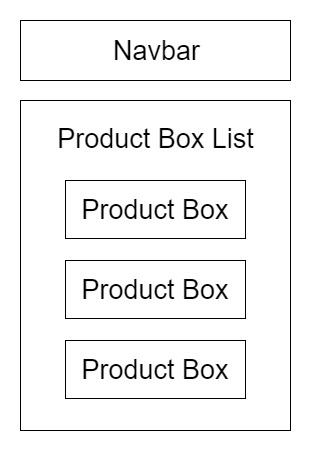
The draw.io diagram readme-res/Home Page Component Tree.png in sailor95/redux-ecommerce-spa, before a commit. Source tidied: cells renumbered, new cells last; positions are measured from the earlier drawing's top-left corner, leaving out a move shared by most shapes.
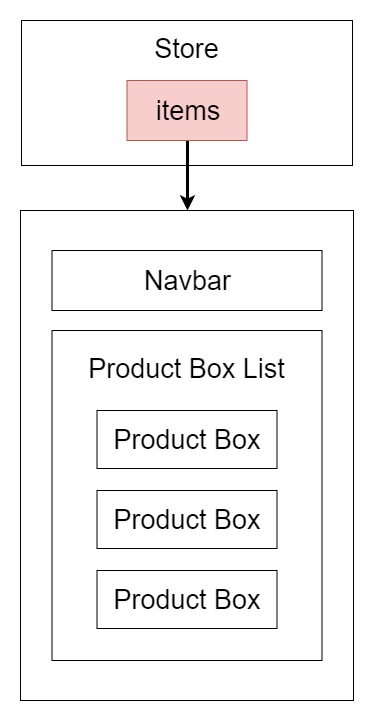
Later version of the same file.

The edit, as a diff of the source:
```diff
@@ -2,6 +2,9 @@
   <root>
     <mxCell id="0" />
     <mxCell id="1" parent="0" />
+    <mxCell id="12" style="rounded=0;whiteSpace=wrap;html=1;fontSize=27;" parent="1" vertex="1">
+      <mxGeometry x="-31.5" y="-40" width="333" height="490" as="geometry" />
+    </mxCell>
     <mxCell id="2" style="rounded=0;whiteSpace=wrap;html=1;" parent="1" vertex="1">
       <mxGeometry y="80" width="270" height="330" as="geometry" />
     </mxCell>
@@ -32,5 +35,17 @@
     <mxCell id="11" value="Product Box" style="text;html=1;strokeColor=none;fillColor=none;align=center;verticalAlign=middle;whiteSpace=wrap;rounded=0;fontSize=27;" parent="1" vertex="1">
       <mxGeometry x="53" y="331.5" width="164" height="35" as="geometry" />
     </mxCell>
+    <mxCell id="13" style="rounded=0;whiteSpace=wrap;html=1;fontSize=27;" parent="1" vertex="1">
+      <mxGeometry x="-30.5" y="-230" width="331" height="145" as="geometry" />
+    </mxCell>
+    <mxCell id="14" value="Store" style="text;html=1;strokeColor=none;fillColor=none;align=center;verticalAlign=middle;whiteSpace=wrap;rounded=0;fontSize=27;" parent="1" vertex="1">
+      <mxGeometry x="87.5" y="-220" width="95" height="35" as="geometry" />
+    </mxCell>
+    <mxCell id="15" style="edgeStyle=orthogonalEdgeStyle;rounded=0;jettySize=auto;html=1;exitX=0.5;exitY=1;exitDx=0;exitDy=0;entryX=0.5;entryY=0;entryDx=0;entryDy=0;fontSize=27;strokeWidth=3;" parent="1" edge="1" source="16" target="12">
+      <mxGeometry relative="1" as="geometry" />
+    </mxCell>
+    <mxCell id="16" value="items" style="rounded=0;whiteSpace=wrap;html=1;fontSize=27;fillColor=#f8cecc;strokeColor=#b85450;" parent="1" vertex="1">
+      <mxGeometry x="75" y="-170" width="120" height="60" as="geometry" />
+    </mxCell>
   </root>
 </mxGraphModel>
```
